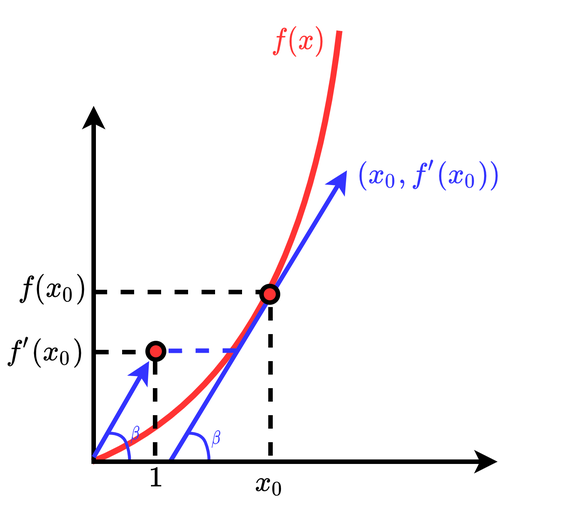
Earlier version of the draw.io export sec_learning/Algorithm/ML_2_Linear_Regression_And_Gradient_Descent/pic/gradient.png (zobinHuang/zobinhuang.github.io). Source tidied: cells renumbered, new cells last; positions are measured from the earlier drawing's top-left corner, leaving out a move shared by most shapes.
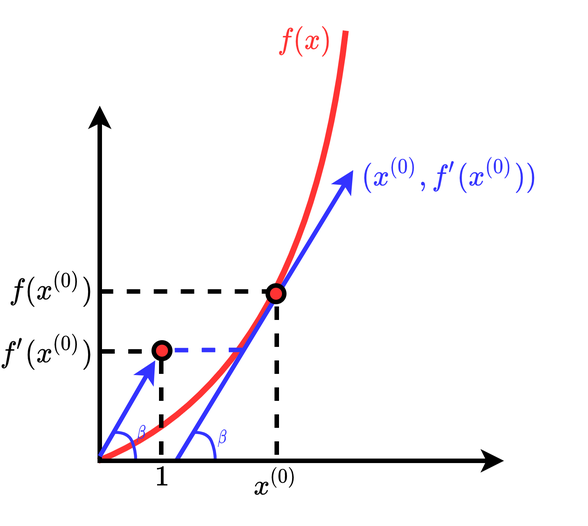
The same diagram one commit later.

What changed in the source:
```diff
@@ -45,14 +45,14 @@
     <mxCell id="8" value="&lt;font style=&quot;font-size: 16px;&quot;&gt;$$f(x)$$&lt;/font&gt;" style="text;html=1;strokeColor=none;fillColor=none;align=center;verticalAlign=middle;whiteSpace=wrap;rounded=0;fontSize=16;fontColor=#FF3333;fontStyle=1;" parent="1" vertex="1">
       <mxGeometry x="169" width="60" height="30" as="geometry" />
     </mxCell>
-    <mxCell id="9" value="&lt;font style=&quot;font-size: 16px;&quot; color=&quot;#000000&quot;&gt;$$x_0$$&lt;/font&gt;" style="text;html=1;strokeColor=none;fillColor=none;align=center;verticalAlign=middle;whiteSpace=wrap;rounded=0;fontSize=16;fontColor=#3333FF;fontStyle=1;" parent="1" vertex="1">
+    <mxCell id="9" value="&lt;font style=&quot;font-size: 16px&quot; color=&quot;#000000&quot;&gt;$$x^{(0)}$$&lt;/font&gt;" style="text;html=1;strokeColor=none;fillColor=none;align=center;verticalAlign=middle;whiteSpace=wrap;rounded=0;fontSize=16;fontColor=#3333FF;fontStyle=1;" parent="1" vertex="1">
       <mxGeometry x="149.5" y="295" width="60" height="30" as="geometry" />
     </mxCell>
-    <mxCell id="10" value="&lt;font style=&quot;font-size: 16px;&quot; color=&quot;#000000&quot;&gt;$$f(x_0)$$&lt;/font&gt;" style="text;html=1;strokeColor=none;fillColor=none;align=center;verticalAlign=middle;whiteSpace=wrap;rounded=0;fontSize=16;fontColor=#3333FF;fontStyle=1;" parent="1" vertex="1">
-      <mxGeometry x="5" y="165" width="60" height="30" as="geometry" />
+    <mxCell id="10" value="&lt;font style=&quot;font-size: 16px&quot; color=&quot;#000000&quot;&gt;$$f(x^{(0)})$$&lt;/font&gt;" style="text;html=1;strokeColor=none;fillColor=none;align=center;verticalAlign=middle;whiteSpace=wrap;rounded=0;fontSize=16;fontColor=#3333FF;fontStyle=1;" parent="1" vertex="1">
+      <mxGeometry x="0.2" y="165" width="60" height="30" as="geometry" />
     </mxCell>
-    <mxCell id="11" value="&lt;font style=&quot;font-size: 16px;&quot;&gt;$$(x_0,f'(x_0))$$&lt;/font&gt;" style="text;html=1;strokeColor=none;fillColor=none;align=center;verticalAlign=middle;whiteSpace=wrap;rounded=0;fontSize=16;fontColor=#3333FF;fontStyle=1;" parent="1" vertex="1">
-      <mxGeometry x="194" y="83" width="184" height="42" as="geometry" />
+    <mxCell id="11" value="&lt;font style=&quot;font-size: 16px&quot;&gt;$$(x^{(0)},f'(x^{(0)}))$$&lt;/font&gt;" style="text;html=1;strokeColor=none;fillColor=none;align=center;verticalAlign=middle;whiteSpace=wrap;rounded=0;fontSize=16;fontColor=#3333FF;fontStyle=1;" parent="1" vertex="1">
+      <mxGeometry x="203" y="83" width="184" height="42" as="geometry" />
     </mxCell>
     <mxCell id="12" style="endArrow=none;dashed=1;html=1;rounded=0;strokeWidth=3;" parent="1" edge="1">
       <mxGeometry relative="1" as="geometry">
@@ -60,8 +60,8 @@
         <mxPoint x="102" y="222" as="targetPoint" />
       </mxGeometry>
     </mxCell>
-    <mxCell id="13" value="&lt;font style=&quot;font-size: 16px;&quot; color=&quot;#000000&quot;&gt;$$f'(x_0)$$&lt;/font&gt;" style="text;html=1;strokeColor=none;fillColor=none;align=center;verticalAlign=middle;whiteSpace=wrap;rounded=0;fontSize=16;fontColor=#3333FF;fontStyle=1;" parent="1" vertex="1">
-      <mxGeometry x="0.2" y="206.5" width="60" height="30" as="geometry" />
+    <mxCell id="13" value="&lt;font style=&quot;font-size: 16px&quot; color=&quot;#000000&quot;&gt;$$f'(x^{(0)})$$&lt;/font&gt;" style="text;html=1;strokeColor=none;fillColor=none;align=center;verticalAlign=middle;whiteSpace=wrap;rounded=0;fontSize=16;fontColor=#3333FF;fontStyle=1;" parent="1" vertex="1">
+      <mxGeometry x="-3" y="206.5" width="60" height="30" as="geometry" />
     </mxCell>
     <mxCell id="14" style="ellipse;whiteSpace=wrap;html=1;strokeWidth=3;fillColor=#FF3333;" parent="1" vertex="1">
       <mxGeometry x="98" y="216" width="11" height="11" as="geometry" />
```
